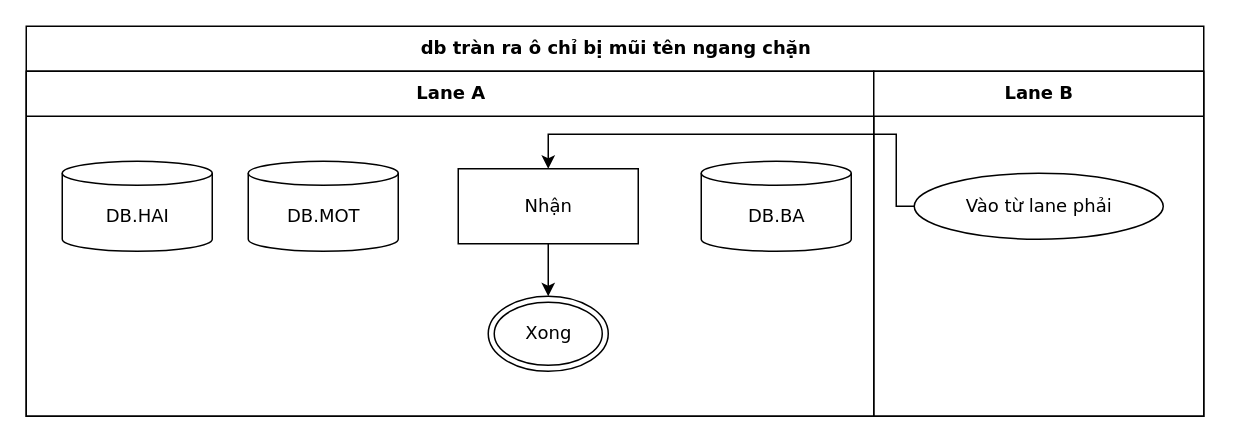
Earlier version of the draw.io diagram conformance/golden/optimize/cases-48-place-attach-overflow-span.drawio (luytbq/flowcast). Source tidied: cells renumbered, new cells numbered last; positions are measured from the earlier drawing's top-left corner, leaving out a move shared by most shapes. Both pictures are drawn from the tidied source at 150%, with x=0, y=0 at pixel (26, 26).
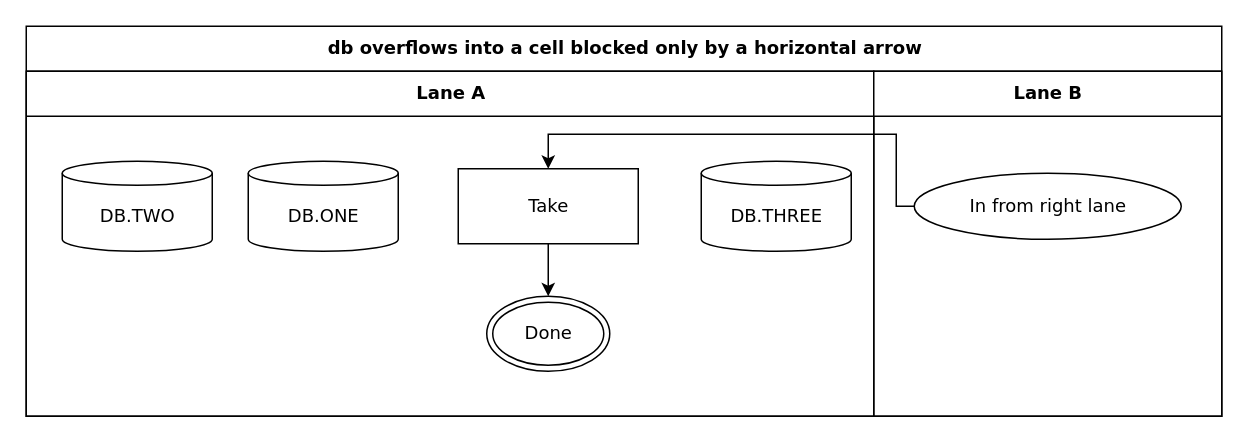
After the change.

What changed in the source:
```diff
@@
 <mxGraphModel>
   <root>
     <mxCell id="0" />
     <mxCell id="1" parent="0" />
-    <mxCell id="2" value="db tràn ra ô chỉ bị mũi tên ngang chặn" style="swimlane;html=1;startSize=30;fontStyle=1;fontFamily=Verdana;fontSize=12;flowtable=1;" parent="1" vertex="1">
-      <mxGeometry width="785" height="260" as="geometry" />
+    <mxCell id="2" value="db overflows into a cell blocked only by a horizontal arrow" style="swimlane;html=1;startSize=30;fontStyle=1;fontFamily=Verdana;fontSize=12;flowtable=1;" parent="1" vertex="1">
+      <mxGeometry width="797" height="260" as="geometry" />
     </mxCell>
     <mxCell id="3" value="Lane A" style="swimlane;html=1;startSize=30;fontFamily=Verdana;fontSize=12;flowtable=1;" parent="2" vertex="1">
       <mxGeometry y="30" width="565" height="230" as="geometry" />
     </mxCell>
     <mxCell id="4" value="Lane B" style="swimlane;html=1;startSize=30;fontFamily=Verdana;fontSize=12;flowtable=1;" parent="2" vertex="1">
-      <mxGeometry x="565" y="30" width="220" height="230" as="geometry" />
+      <mxGeometry x="565" y="30" width="232" height="230" as="geometry" />
     </mxCell>
-    <mxCell id="5" value="Vào từ lane phải" style="ellipse;html=1;fontFamily=Verdana;fontSize=12;flowtable=1;" parent="4" vertex="1">
-      <mxGeometry x="27" y="68" width="166" height="44" as="geometry" />
+    <mxCell id="5" value="In from right lane" style="ellipse;html=1;fontFamily=Verdana;fontSize=12;flowtable=1;" parent="4" vertex="1">
+      <mxGeometry x="27" y="68" width="178" height="44" as="geometry" />
     </mxCell>
-    <mxCell id="6" value="Nhận" style="rounded=0;html=1;fontFamily=Verdana;fontSize=12;flowtable=1;" parent="3" vertex="1">
+    <mxCell id="6" value="Take" style="rounded=0;html=1;fontFamily=Verdana;fontSize=12;flowtable=1;" parent="3" vertex="1">
       <mxGeometry x="288" y="65" width="120" height="50" as="geometry" />
     </mxCell>
-    <mxCell id="7" value="DB.MOT" style="shape=cylinder3;html=1;boundedLbl=1;backgroundOutline=1;size=8;fontFamily=Verdana;fontSize=12;flowtable=1;" parent="3" vertex="1">
+    <mxCell id="7" value="DB.ONE" style="shape=cylinder3;html=1;boundedLbl=1;backgroundOutline=1;size=8;fontFamily=Verdana;fontSize=12;flowtable=1;" parent="3" vertex="1">
       <mxGeometry x="148" y="60" width="100" height="60" as="geometry" />
     </mxCell>
-    <mxCell id="8" value="DB.HAI" style="shape=cylinder3;html=1;boundedLbl=1;backgroundOutline=1;size=8;fontFamily=Verdana;fontSize=12;flowtable=1;" parent="3" vertex="1">
+    <mxCell id="8" value="DB.TWO" style="shape=cylinder3;html=1;boundedLbl=1;backgroundOutline=1;size=8;fontFamily=Verdana;fontSize=12;flowtable=1;" parent="3" vertex="1">
       <mxGeometry x="24" y="60" width="100" height="60" as="geometry" />
     </mxCell>
-    <mxCell id="9" value="DB.BA" style="shape=cylinder3;html=1;boundedLbl=1;backgroundOutline=1;size=8;fontFamily=Verdana;fontSize=12;flowtable=1;" parent="3" vertex="1">
+    <mxCell id="9" value="DB.THREE" style="shape=cylinder3;html=1;boundedLbl=1;backgroundOutline=1;size=8;fontFamily=Verdana;fontSize=12;flowtable=1;" parent="3" vertex="1">
       <mxGeometry x="450" y="60" width="100" height="60" as="geometry" />
     </mxCell>
-    <mxCell id="10" value="Xong" style="shape=doubleEllipse;html=1;fontFamily=Verdana;fontSize=12;flowtable=1;" parent="3" vertex="1">
-      <mxGeometry x="308" y="150" width="80" height="50" as="geometry" />
+    <mxCell id="10" value="Done" style="shape=doubleEllipse;html=1;fontFamily=Verdana;fontSize=12;flowtable=1;" parent="3" vertex="1">
+      <mxGeometry x="307" y="150" width="82" height="50" as="geometry" />
     </mxCell>
     <mxCell id="11" style="edgeStyle=orthogonalEdgeStyle;rounded=0;jettySize=auto;html=1;labelBackgroundColor=default;exitX=0;exitY=0.5;exitDx=0;exitDy=0;entryX=0.5;entryY=0;entryDx=0;entryDy=0;fontFamily=Verdana;fontSize=12;flowtable=1;" parent="2" edge="1" source="5" target="6">
       <mxGeometry relative="1" as="geometry">
         <Array as="points">
           <mxPoint x="580" y="120" />
           <mxPoint x="580" y="72" />
           <mxPoint x="348" y="72" />
         </Array>
       </mxGeometry>
     </mxCell>
     <mxCell id="12" style="edgeStyle=orthogonalEdgeStyle;rounded=0;jettySize=auto;html=1;labelBackgroundColor=default;exitX=0.5;exitY=1;exitDx=0;exitDy=0;entryX=0.5;entryY=0;entryDx=0;entryDy=0;fontFamily=Verdana;fontSize=12;flowtable=1;" parent="2" edge="1" source="6" target="10">
       <mxGeometry relative="1" as="geometry" />
     </mxCell>
   </root>
 </mxGraphModel>
```
